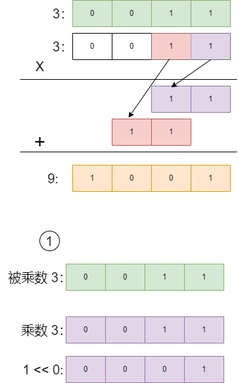
Earlier version of the draw.io export algrithem/二进制实现加减乘除.drawio.png (muxicode/c153080686). Source tidied: cells renumbered, new cells last; positions are measured from the earlier drawing's top-left corner, leaving out a move shared by most shapes.
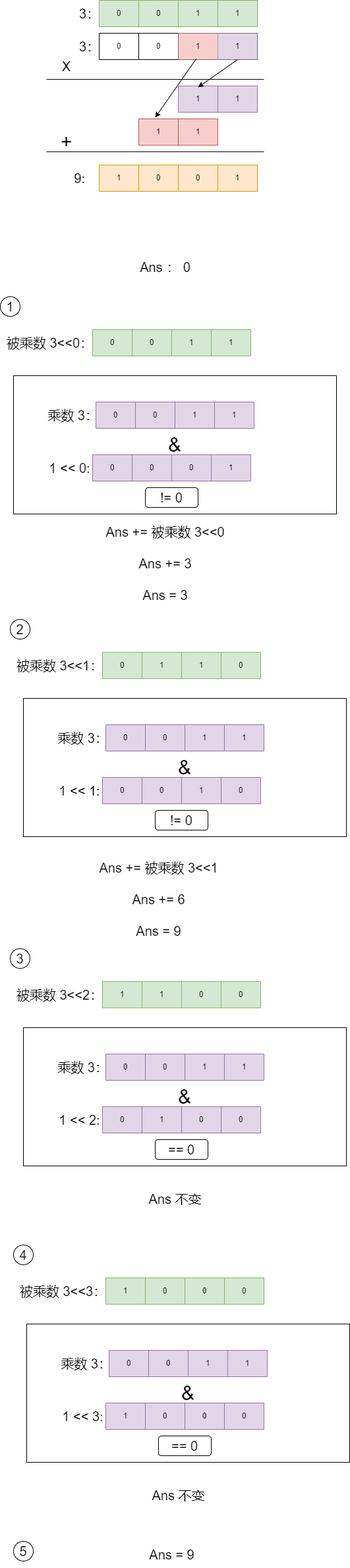
Later version of the same file.

Commit message:
更新二进制实现加减乘除.drawio.png

The edit, as a diff of the source:
```diff
@@ -4,2 +4,5 @@
     <mxCell id="1" parent="0" />
+    <mxCell id="59" value="&lt;font style=&quot;font-size: 30px;&quot;&gt;&amp;amp;&lt;/font&gt;" style="rounded=0;whiteSpace=wrap;html=1;" parent="1" vertex="1">
+      <mxGeometry x="-20" y="570" width="490" height="210" as="geometry" />
+    </mxCell>
     <mxCell id="2" style="shape=table;startSize=0;fillColor=#d5e8d4;strokeColor=#82b366;" parent="1" vertex="1">
@@ -116,3 +119,3 @@
     <mxCell id="37" style="shape=table;startSize=0;fillColor=#d5e8d4;strokeColor=#82b366;" parent="1" vertex="1">
-      <mxGeometry x="100" y="400" width="240" height="40" as="geometry" />
+      <mxGeometry x="100" y="500" width="240" height="40" as="geometry" />
     </mxCell>
@@ -133,13 +136,13 @@
     </mxCell>
-    <mxCell id="43" value="&lt;font style=&quot;font-size: 20px;&quot;&gt;被乘数 3：&lt;/font&gt;" style="text;html=1;align=center;verticalAlign=middle;strokeColor=none;fillColor=none;" parent="1" vertex="1">
-      <mxGeometry y="400" width="120" height="40" as="geometry" />
+    <mxCell id="43" value="&lt;font style=&quot;font-size: 20px;&quot;&gt;被乘数 3&amp;lt;&amp;lt;0：&lt;/font&gt;" style="text;html=1;align=center;verticalAlign=middle;strokeColor=none;fillColor=none;" parent="1" vertex="1">
+      <mxGeometry x="-40" y="500" width="150" height="40" as="geometry" />
     </mxCell>
     <mxCell id="44" value="&lt;font style=&quot;font-size: 20px;&quot;&gt;乘数 3：&lt;/font&gt;" style="text;html=1;align=center;verticalAlign=middle;strokeColor=none;fillColor=none;" parent="1" vertex="1">
-      <mxGeometry x="20" y="480" width="100" height="40" as="geometry" />
+      <mxGeometry x="20" y="610" width="100" height="40" as="geometry" />
     </mxCell>
     <mxCell id="45" value="&lt;font style=&quot;font-size: 20px;&quot;&gt;1&lt;/font&gt;" style="ellipse;whiteSpace=wrap;html=1;" parent="1" vertex="1">
-      <mxGeometry x="60" y="350" width="30" height="30" as="geometry" />
+      <mxGeometry x="-40" y="450" width="30" height="30" as="geometry" />
     </mxCell>
     <mxCell id="46" style="shape=table;startSize=0;fillColor=#e1d5e7;strokeColor=#9673a6;" parent="1" vertex="1">
-      <mxGeometry x="100" y="480" width="240" height="40" as="geometry" />
+      <mxGeometry x="105" y="610" width="240" height="40" as="geometry" />
     </mxCell>
@@ -161,3 +164,3 @@
     <mxCell id="52" style="shape=table;startSize=0;fillColor=#e1d5e7;strokeColor=#9673a6;" parent="1" vertex="1">
-      <mxGeometry x="100" y="540" width="240" height="40" as="geometry" />
+      <mxGeometry x="100" y="690" width="240" height="40" as="geometry" />
     </mxCell>
@@ -179,4 +182,244 @@
     <mxCell id="58" value="&lt;font style=&quot;font-size: 20px;&quot;&gt;1 &amp;lt;&amp;lt; 0:&lt;/font&gt;" style="text;html=1;align=center;verticalAlign=middle;strokeColor=none;fillColor=none;" parent="1" vertex="1">
-      <mxGeometry x="20" y="540" width="90" height="40" as="geometry" />
+      <mxGeometry x="20" y="690" width="90" height="40" as="geometry" />
     </mxCell>
+    <mxCell id="60" value="&lt;font style=&quot;font-size: 20px;&quot;&gt;Ans ： 0&lt;/font&gt;" style="text;html=1;align=center;verticalAlign=middle;strokeColor=none;fillColor=none;" parent="1" vertex="1">
+      <mxGeometry x="160" y="385" width="100" height="40" as="geometry" />
+    </mxCell>
+    <mxCell id="61" value="&lt;font style=&quot;font-size: 20px;&quot;&gt;!= 0&lt;/font&gt;" style="rounded=1;whiteSpace=wrap;html=1;" parent="1" vertex="1">
+      <mxGeometry x="180" y="740" width="80" height="30" as="geometry" />
+    </mxCell>
+    <mxCell id="62" value="&lt;font style=&quot;font-size: 20px;&quot;&gt;Ans += 被乘数 3&amp;lt;&amp;lt;0&lt;br&gt;&lt;br&gt;Ans += 3&lt;br&gt;&lt;br&gt;Ans = 3&lt;br&gt;&lt;/font&gt;" style="text;html=1;align=center;verticalAlign=middle;strokeColor=none;fillColor=none;" parent="1" vertex="1">
+      <mxGeometry x="110" y="790" width="200" height="130" as="geometry" />
+    </mxCell>
+    <mxCell id="63" value="&lt;font style=&quot;font-size: 30px;&quot;&gt;&amp;amp;&lt;/font&gt;" style="rounded=0;whiteSpace=wrap;html=1;" parent="1" vertex="1">
+      <mxGeometry x="-5" y="1060" width="490" height="210" as="geometry" />
+    </mxCell>
+    <mxCell id="64" style="shape=table;startSize=0;fillColor=#d5e8d4;strokeColor=#82b366;" parent="1" vertex="1">
+      <mxGeometry x="115" y="990" width="240" height="40" as="geometry" />
+    </mxCell>
+    <mxCell id="65" style="shape=tableRow;horizontal=0;startSize=0;swimlaneHead=0;swimlaneBody=0;strokeColor=inherit;top=0;left=0;bottom=0;right=0;fillColor=none;" parent="64" vertex="1">
+      <mxGeometry width="240" height="40" as="geometry" />
+    </mxCell>
+    <mxCell id="66" value="0" style="shape=partialRectangle;html=1;whiteSpace=wrap;strokeColor=inherit;overflow=hidden;fillColor=none;top=0;left=0;bottom=0;right=0;" parent="65" vertex="1">
+      <mxGeometry width="60" height="40" as="geometry" />
+    </mxCell>
+    <mxCell id="67" value="1" style="shape=partialRectangle;html=1;whiteSpace=wrap;strokeColor=inherit;overflow=hidden;fillColor=none;top=0;left=0;bottom=0;right=0;" parent="65" vertex="1">
+      <mxGeometry x="60" width="60" height="40" as="geometry" />
+    </mxCell>
+    <mxCell id="68" value="1" style="shape=partialRectangle;html=1;whiteSpace=wrap;strokeColor=inherit;overflow=hidden;fillColor=none;top=0;left=0;bottom=0;right=0;" parent="65" vertex="1">
+      <mxGeometry x="120" width="60" height="40" as="geometry" />
+    </mxCell>
+    <mxCell id="69" value="0" style="shape=partialRectangle;html=1;whiteSpace=wrap;strokeColor=inherit;overflow=hidden;fillColor=none;top=0;left=0;bottom=0;right=0;" parent="65" vertex="1">
+      <mxGeometry x="180" width="60" height="40" as="geometry" />
+    </mxCell>
+    <mxCell id="70" value="&lt;font style=&quot;font-size: 20px;&quot;&gt;被乘数 3&amp;lt;&amp;lt;1：&lt;/font&gt;" style="text;html=1;align=center;verticalAlign=middle;strokeColor=none;fillColor=none;" parent="1" vertex="1">
+      <mxGeometry x="-25" y="990" width="150" height="40" as="geometry" />
+    </mxCell>
+    <mxCell id="71" value="&lt;font style=&quot;font-size: 20px;&quot;&gt;乘数 3：&lt;/font&gt;" style="text;html=1;align=center;verticalAlign=middle;strokeColor=none;fillColor=none;" parent="1" vertex="1">
+      <mxGeometry x="35" y="1100" width="100" height="40" as="geometry" />
+    </mxCell>
+    <mxCell id="72" value="&lt;font style=&quot;font-size: 20px;&quot;&gt;2&lt;/font&gt;" style="ellipse;whiteSpace=wrap;html=1;" parent="1" vertex="1">
+      <mxGeometry x="-25" y="940" width="30" height="30" as="geometry" />
+    </mxCell>
+    <mxCell id="73" style="shape=table;startSize=0;fillColor=#e1d5e7;strokeColor=#9673a6;" parent="1" vertex="1">
+      <mxGeometry x="120" y="1100" width="240" height="40" as="geometry" />
+    </mxCell>
+    <mxCell id="74" style="shape=tableRow;horizontal=0;startSize=0;swimlaneHead=0;swimlaneBody=0;strokeColor=inherit;top=0;left=0;bottom=0;right=0;fillColor=none;" parent="73" vertex="1">
+      <mxGeometry width="240" height="40" as="geometry" />
+    </mxCell>
+    <mxCell id="75" value="0" style="shape=partialRectangle;html=1;whiteSpace=wrap;strokeColor=inherit;overflow=hidden;fillColor=none;top=0;left=0;bottom=0;right=0;" parent="74" vertex="1">
+      <mxGeometry width="60" height="40" as="geometry" />
+    </mxCell>
+    <mxCell id="76" value="0" style="shape=partialRectangle;html=1;whiteSpace=wrap;strokeColor=inherit;overflow=hidden;fillColor=none;top=0;left=0;bottom=0;right=0;" parent="74" vertex="1">
+      <mxGeometry x="60" width="60" height="40" as="geometry" />
+    </mxCell>
+    <mxCell id="77" value="1" style="shape=partialRectangle;html=1;whiteSpace=wrap;strokeColor=inherit;overflow=hidden;fillColor=none;top=0;left=0;bottom=0;right=0;" parent="74" vertex="1">
+      <mxGeometry x="120" width="60" height="40" as="geometry" />
+    </mxCell>
+    <mxCell id="78" value="1" style="shape=partialRectangle;html=1;whiteSpace=wrap;strokeColor=inherit;overflow=hidden;fillColor=none;top=0;left=0;bottom=0;right=0;" parent="74" vertex="1">
+      <mxGeometry x="180" width="60" height="40" as="geometry" />
+    </mxCell>
+    <mxCell id="79" style="shape=table;startSize=0;fillColor=#e1d5e7;strokeColor=#9673a6;" parent="1" vertex="1">
+      <mxGeometry x="115" y="1180" width="240" height="40" as="geometry" />
+    </mxCell>
+    <mxCell id="80" style="shape=tableRow;horizontal=0;startSize=0;swimlaneHead=0;swimlaneBody=0;strokeColor=inherit;top=0;left=0;bottom=0;right=0;fillColor=none;" parent="79" vertex="1">
+      <mxGeometry width="240" height="40" as="geometry" />
+    </mxCell>
+    <mxCell id="81" value="0" style="shape=partialRectangle;html=1;whiteSpace=wrap;strokeColor=inherit;overflow=hidden;fillColor=none;top=0;left=0;bottom=0;right=0;" parent="80" vertex="1">
+      <mxGeometry width="60" height="40" as="geometry" />
+    </mxCell>
+    <mxCell id="82" value="0" style="shape=partialRectangle;html=1;whiteSpace=wrap;strokeColor=inherit;overflow=hidden;fillColor=none;top=0;left=0;bottom=0;right=0;" parent="80" vertex="1">
+      <mxGeometry x="60" width="60" height="40" as="geometry" />
+    </mxCell>
+    <mxCell id="83" value="1" style="shape=partialRectangle;html=1;whiteSpace=wrap;strokeColor=inherit;overflow=hidden;fillColor=none;top=0;left=0;bottom=0;right=0;" parent="80" vertex="1">
+      <mxGeometry x="120" width="60" height="40" as="geometry" />
+    </mxCell>
+    <mxCell id="84" value="0" style="shape=partialRectangle;html=1;whiteSpace=wrap;strokeColor=inherit;overflow=hidden;fillColor=none;top=0;left=0;bottom=0;right=0;" parent="80" vertex="1">
+      <mxGeometry x="180" width="60" height="40" as="geometry" />
+    </mxCell>
+    <mxCell id="85" value="&lt;font style=&quot;font-size: 20px;&quot;&gt;1 &amp;lt;&amp;lt; 1:&lt;/font&gt;" style="text;html=1;align=center;verticalAlign=middle;strokeColor=none;fillColor=none;" parent="1" vertex="1">
+      <mxGeometry x="35" y="1180" width="90" height="40" as="geometry" />
+    </mxCell>
+    <mxCell id="86" value="&lt;font style=&quot;font-size: 20px;&quot;&gt;!= 0&lt;/font&gt;" style="rounded=1;whiteSpace=wrap;html=1;" parent="1" vertex="1">
+      <mxGeometry x="195" y="1230" width="80" height="30" as="geometry" />
+    </mxCell>
+    <mxCell id="87" value="&lt;font style=&quot;font-size: 20px;&quot;&gt;Ans += 被乘数 3&amp;lt;&amp;lt;1&lt;br&gt;&lt;br&gt;Ans += 6&lt;br&gt;&lt;br&gt;Ans = 9&lt;br&gt;&lt;/font&gt;" style="text;html=1;align=center;verticalAlign=middle;strokeColor=none;fillColor=none;" parent="1" vertex="1">
+      <mxGeometry x="100" y="1300" width="200" height="130" as="geometry" />
+    </mxCell>
+    <mxCell id="88" value="&lt;font style=&quot;font-size: 30px;&quot;&gt;&amp;amp;&lt;/font&gt;" style="rounded=0;whiteSpace=wrap;html=1;" parent="1" vertex="1">
+      <mxGeometry x="-5" y="1560" width="490" height="210" as="geometry" />
+    </mxCell>
+    <mxCell id="89" style="shape=table;startSize=0;fillColor=#d5e8d4;strokeColor=#82b366;" parent="1" vertex="1">
+      <mxGeometry x="115" y="1490" width="240" height="40" as="geometry" />
+    </mxCell>
+    <mxCell id="90" style="shape=tableRow;horizontal=0;startSize=0;swimlaneHead=0;swimlaneBody=0;strokeColor=inherit;top=0;left=0;bottom=0;right=0;fillColor=none;" parent="89" vertex="1">
+      <mxGeometry width="240" height="40" as="geometry" />
+    </mxCell>
+    <mxCell id="91" value="1" style="shape=partialRectangle;html=1;whiteSpace=wrap;strokeColor=inherit;overflow=hidden;fillColor=none;top=0;left=0;bottom=0;right=0;" parent="90" vertex="1">
+      <mxGeometry width="60" height="40" as="geometry" />
+    </mxCell>
+    <mxCell id="92" value="1" style="shape=partialRectangle;html=1;whiteSpace=wrap;strokeColor=inherit;overflow=hidden;fillColor=none;top=0;left=0;bottom=0;right=0;" parent="90" vertex="1">
+      <mxGeometry x="60" width="60" height="40" as="geometry" />
+    </mxCell>
+    <mxCell id="93" value="0" style="shape=partialRectangle;html=1;whiteSpace=wrap;strokeColor=inherit;overflow=hidden;fillColor=none;top=0;left=0;bottom=0;right=0;" parent="90" vertex="1">
+      <mxGeometry x="120" width="60" height="40" as="geometry" />
+    </mxCell>
+    <mxCell id="94" value="0" style="shape=partialRectangle;html=1;whiteSpace=wrap;strokeColor=inherit;overflow=hidden;fillColor=none;top=0;left=0;bottom=0;right=0;" parent="90" vertex="1">
+      <mxGeometry x="180" width="60" height="40" as="geometry" />
+    </mxCell>
+    <mxCell id="95" value="&lt;font style=&quot;font-size: 20px;&quot;&gt;被乘数 3&amp;lt;&amp;lt;2：&lt;/font&gt;" style="text;html=1;align=center;verticalAlign=middle;strokeColor=none;fillColor=none;" parent="1" vertex="1">
+      <mxGeometry x="-25" y="1490" width="150" height="40" as="geometry" />
+    </mxCell>
+    <mxCell id="96" value="&lt;font style=&quot;font-size: 20px;&quot;&gt;乘数 3：&lt;/font&gt;" style="text;html=1;align=center;verticalAlign=middle;strokeColor=none;fillColor=none;" parent="1" vertex="1">
+      <mxGeometry x="35" y="1600" width="100" height="40" as="geometry" />
+    </mxCell>
+    <mxCell id="97" value="&lt;font style=&quot;font-size: 20px;&quot;&gt;3&lt;/font&gt;" style="ellipse;whiteSpace=wrap;html=1;" parent="1" vertex="1">
+      <mxGeometry x="-25" y="1440" width="30" height="30" as="geometry" />
+    </mxCell>
+    <mxCell id="98" style="shape=table;startSize=0;fillColor=#e1d5e7;strokeColor=#9673a6;" parent="1" vertex="1">
+      <mxGeometry x="120" y="1600" width="240" height="40" as="geometry" />
+    </mxCell>
+    <mxCell id="99" style="shape=tableRow;horizontal=0;startSize=0;swimlaneHead=0;swimlaneBody=0;strokeColor=inherit;top=0;left=0;bottom=0;right=0;fillColor=none;" parent="98" vertex="1">
+      <mxGeometry width="240" height="40" as="geometry" />
+    </mxCell>
+    <mxCell id="100" value="0" style="shape=partialRectangle;html=1;whiteSpace=wrap;strokeColor=inherit;overflow=hidden;fillColor=none;top=0;left=0;bottom=0;right=0;" parent="99" vertex="1">
+      <mxGeometry width="60" height="40" as="geometry" />
+    </mxCell>
+    <mxCell id="101" value="0" style="shape=partialRectangle;html=1;whiteSpace=wrap;strokeColor=inherit;overflow=hidden;fillColor=none;top=0;left=0;bottom=0;right=0;" parent="99" vertex="1">
+      <mxGeometry x="60" width="60" height="40" as="geometry" />
+    </mxCell>
+    <mxCell id="102" value="1" style="shape=partialRectangle;html=1;whiteSpace=wrap;strokeColor=inherit;overflow=hidden;fillColor=none;top=0;left=0;bottom=0;right=0;" parent="99" vertex="1">
+      <mxGeometry x="120" width="60" height="40" as="geometry" />
+    </mxCell>
+    <mxCell id="103" value="1" style="shape=partialRectangle;html=1;whiteSpace=wrap;strokeColor=inherit;overflow=hidden;fillColor=none;top=0;left=0;bottom=0;right=0;" parent="99" vertex="1">
+      <mxGeometry x="180" width="60" height="40" as="geometry" />
+    </mxCell>
+    <mxCell id="104" style="shape=table;startSize=0;fillColor=#e1d5e7;strokeColor=#9673a6;" parent="1" vertex="1">
+      <mxGeometry x="115" y="1680" width="240" height="40" as="geometry" />
+    </mxCell>
+    <mxCell id="105" style="shape=tableRow;horizontal=0;startSize=0;swimlaneHead=0;swimlaneBody=0;strokeColor=inherit;top=0;left=0;bottom=0;right=0;fillColor=none;" parent="104" vertex="1">
+      <mxGeometry width="240" height="40" as="geometry" />
+    </mxCell>
+    <mxCell id="106" value="0" style="shape=partialRectangle;html=1;whiteSpace=wrap;strokeColor=inherit;overflow=hidden;fillColor=none;top=0;left=0;bottom=0;right=0;" parent="105" vertex="1">
+      <mxGeometry width="60" height="40" as="geometry" />
+    </mxCell>
+    <mxCell id="107" value="1" style="shape=partialRectangle;html=1;whiteSpace=wrap;strokeColor=inherit;overflow=hidden;fillColor=none;top=0;left=0;bottom=0;right=0;" parent="105" vertex="1">
+      <mxGeometry x="60" width="60" height="40" as="geometry" />
+    </mxCell>
+    <mxCell id="108" value="0" style="shape=partialRectangle;html=1;whiteSpace=wrap;strokeColor=inherit;overflow=hidden;fillColor=none;top=0;left=0;bottom=0;right=0;" parent="105" vertex="1">
+      <mxGeometry x="120" width="60" height="40" as="geometry" />
+    </mxCell>
+    <mxCell id="109" value="0" style="shape=partialRectangle;html=1;whiteSpace=wrap;strokeColor=inherit;overflow=hidden;fillColor=none;top=0;left=0;bottom=0;right=0;" parent="105" vertex="1">
+      <mxGeometry x="180" width="60" height="40" as="geometry" />
+    </mxCell>
+    <mxCell id="110" value="&lt;font style=&quot;font-size: 20px;&quot;&gt;1 &amp;lt;&amp;lt; 2:&lt;/font&gt;" style="text;html=1;align=center;verticalAlign=middle;strokeColor=none;fillColor=none;" parent="1" vertex="1">
+      <mxGeometry x="35" y="1680" width="90" height="40" as="geometry" />
+    </mxCell>
+    <mxCell id="111" value="&lt;font style=&quot;font-size: 20px;&quot;&gt;== 0&lt;/font&gt;" style="rounded=1;whiteSpace=wrap;html=1;" parent="1" vertex="1">
+      <mxGeometry x="195" y="1730" width="80" height="30" as="geometry" />
+    </mxCell>
+    <mxCell id="112" value="&lt;font style=&quot;font-size: 20px;&quot;&gt;Ans 不变&lt;br&gt;&lt;/font&gt;" style="text;html=1;align=center;verticalAlign=middle;strokeColor=none;fillColor=none;" parent="1" vertex="1">
+      <mxGeometry x="175" y="1800" width="100" height="40" as="geometry" />
+    </mxCell>
+    <mxCell id="113" value="&lt;font style=&quot;font-size: 30px;&quot;&gt;&amp;amp;&lt;/font&gt;" style="rounded=0;whiteSpace=wrap;html=1;" parent="1" vertex="1">
+      <mxGeometry y="2010" width="490" height="210" as="geometry" />
+    </mxCell>
+    <mxCell id="114" style="shape=table;startSize=0;fillColor=#d5e8d4;strokeColor=#82b366;" parent="1" vertex="1">
+      <mxGeometry x="120" y="1940" width="240" height="40" as="geometry" />
+    </mxCell>
+    <mxCell id="115" style="shape=tableRow;horizontal=0;startSize=0;swimlaneHead=0;swimlaneBody=0;strokeColor=inherit;top=0;left=0;bottom=0;right=0;fillColor=none;" parent="114" vertex="1">
+      <mxGeometry width="240" height="40" as="geometry" />
+    </mxCell>
+    <mxCell id="116" value="1" style="shape=partialRectangle;html=1;whiteSpace=wrap;strokeColor=inherit;overflow=hidden;fillColor=none;top=0;left=0;bottom=0;right=0;" parent="115" vertex="1">
+      <mxGeometry width="60" height="40" as="geometry" />
+    </mxCell>
+    <mxCell id="117" value="0" style="shape=partialRectangle;html=1;whiteSpace=wrap;strokeColor=inherit;overflow=hidden;fillColor=none;top=0;left=0;bottom=0;right=0;" parent="115" vertex="1">
+      <mxGeometry x="60" width="60" height="40" as="geometry" />
+    </mxCell>
+    <mxCell id="118" value="0" style="shape=partialRectangle;html=1;whiteSpace=wrap;strokeColor=inherit;overflow=hidden;fillColor=none;top=0;left=0;bottom=0;right=0;" parent="115" vertex="1">
+      <mxGeometry x="120" width="60" height="40" as="geometry" />
+    </mxCell>
+    <mxCell id="119" value="0" style="shape=partialRectangle;html=1;whiteSpace=wrap;strokeColor=inherit;overflow=hidden;fillColor=none;top=0;left=0;bottom=0;right=0;" parent="115" vertex="1">
+      <mxGeometry x="180" width="60" height="40" as="geometry" />
+    </mxCell>
+    <mxCell id="120" value="&lt;font style=&quot;font-size: 20px;&quot;&gt;被乘数 3&amp;lt;&amp;lt;3：&lt;/font&gt;" style="text;html=1;align=center;verticalAlign=middle;strokeColor=none;fillColor=none;" parent="1" vertex="1">
+      <mxGeometry x="-20" y="1940" width="150" height="40" as="geometry" />
+    </mxCell>
+    <mxCell id="121" value="&lt;font style=&quot;font-size: 20px;&quot;&gt;乘数 3：&lt;/font&gt;" style="text;html=1;align=center;verticalAlign=middle;strokeColor=none;fillColor=none;" parent="1" vertex="1">
+      <mxGeometry x="40" y="2050" width="100" height="40" as="geometry" />
+    </mxCell>
+    <mxCell id="122" value="&lt;font style=&quot;font-size: 20px;&quot;&gt;4&lt;/font&gt;" style="ellipse;whiteSpace=wrap;html=1;" parent="1" vertex="1">
+      <mxGeometry x="-20" y="1890" width="30" height="30" as="geometry" />
+    </mxCell>
+    <mxCell id="123" style="shape=table;startSize=0;fillColor=#e1d5e7;strokeColor=#9673a6;" parent="1" vertex="1">
+      <mxGeometry x="125" y="2050" width="240" height="40" as="geometry" />
+    </mxCell>
+    <mxCell id="124" style="shape=tableRow;horizontal=0;startSize=0;swimlaneHead=0;swimlaneBody=0;strokeColor=inherit;top=0;left=0;bottom=0;right=0;fillColor=none;" parent="123" vertex="1">
+      <mxGeometry width="240" height="40" as="geometry" />
+    </mxCell>
+    <mxCell id="125" value="0" style="shape=partialRectangle;html=1;whiteSpace=wrap;strokeColor=inherit;overflow=hidden;fillColor=none;top=0;left=0;bottom=0;right=0;" parent="124" vertex="1">
+      <mxGeometry width="60" height="40" as="geometry" />
+    </mxCell>
+    <mxCell id="126" value="0" style="shape=partialRectangle;html=1;whiteSpace=wrap;strokeColor=inherit;overflow=hidden;fillColor=none;top=0;left=0;bottom=0;right=0;" parent="124" vertex="1">
+      <mxGeometry x="60" width="60" height="40" as="geometry" />
+    </mxCell>
+    <mxCell id="127" value="1" style="shape=partialRectangle;html=1;whiteSpace=wrap;strokeColor=inherit;overflow=hidden;fillColor=none;top=0;left=0;bottom=0;right=0;" parent="124" vertex="1">
+      <mxGeometry x="120" width="60" height="40" as="geometry" />
+    </mxCell>
+    <mxCell id="128" value="1" style="shape=partialRectangle;html=1;whiteSpace=wrap;strokeColor=inherit;overflow=hidden;fillColor=none;top=0;left=0;bottom=0;right=0;" parent="124" vertex="1">
+      <mxGeometry x="180" width="60" height="40" as="geometry" />
+    </mxCell>
+    <mxCell id="129" style="shape=table;startSize=0;fillColor=#e1d5e7;strokeColor=#9673a6;" parent="1" vertex="1">
+      <mxGeometry x="120" y="2130" width="240" height="40" as="geometry" />
+    </mxCell>
+    <mxCell id="130" style="shape=tableRow;horizontal=0;startSize=0;swimlaneHead=0;swimlaneBody=0;strokeColor=inherit;top=0;left=0;bottom=0;right=0;fillColor=none;" parent="129" vertex="1">
+      <mxGeometry width="240" height="40" as="geometry" />
+    </mxCell>
+    <mxCell id="131" value="1" style="shape=partialRectangle;html=1;whiteSpace=wrap;strokeColor=inherit;overflow=hidden;fillColor=none;top=0;left=0;bottom=0;right=0;" parent="130" vertex="1">
+      <mxGeometry width="60" height="40" as="geometry" />
+    </mxCell>
+    <mxCell id="132" value="0" style="shape=partialRectangle;html=1;whiteSpace=wrap;strokeColor=inherit;overflow=hidden;fillColor=none;top=0;left=0;bottom=0;right=0;" parent="130" vertex="1">
+      <mxGeometry x="60" width="60" height="40" as="geometry" />
+    </mxCell>
+    <mxCell id="133" value="0" style="shape=partialRectangle;html=1;whiteSpace=wrap;strokeColor=inherit;overflow=hidden;fillColor=none;top=0;left=0;bottom=0;right=0;" parent="130" vertex="1">
+      <mxGeometry x="120" width="60" height="40" as="geometry" />
+    </mxCell>
+    <mxCell id="134" value="0" style="shape=partialRectangle;html=1;whiteSpace=wrap;strokeColor=inherit;overflow=hidden;fillColor=none;top=0;left=0;bottom=0;right=0;" parent="130" vertex="1">
+      <mxGeometry x="180" width="60" height="40" as="geometry" />
+    </mxCell>
+    <mxCell id="135" value="&lt;font style=&quot;font-size: 20px;&quot;&gt;1 &amp;lt;&amp;lt; 3:&lt;/font&gt;" style="text;html=1;align=center;verticalAlign=middle;strokeColor=none;fillColor=none;" parent="1" vertex="1">
+      <mxGeometry x="40" y="2130" width="90" height="40" as="geometry" />
+    </mxCell>
+    <mxCell id="136" value="&lt;font style=&quot;font-size: 20px;&quot;&gt;== 0&lt;/font&gt;" style="rounded=1;whiteSpace=wrap;html=1;" parent="1" vertex="1">
+      <mxGeometry x="200" y="2180" width="80" height="30" as="geometry" />
+    </mxCell>
+    <mxCell id="137" value="&lt;font style=&quot;font-size: 20px;&quot;&gt;Ans 不变&lt;br&gt;&lt;/font&gt;" style="text;html=1;align=center;verticalAlign=middle;strokeColor=none;fillColor=none;" parent="1" vertex="1">
+      <mxGeometry x="180" y="2250" width="100" height="40" as="geometry" />
+    </mxCell>
+    <mxCell id="138" value="&lt;font style=&quot;font-size: 20px;&quot;&gt;5&lt;/font&gt;" style="ellipse;whiteSpace=wrap;html=1;" parent="1" vertex="1">
+      <mxGeometry x="-20" y="2340" width="30" height="30" as="geometry" />
+    </mxCell>
+    <mxCell id="139" value="&lt;font style=&quot;font-size: 20px;&quot;&gt;Ans = 9&lt;br&gt;&lt;/font&gt;" style="text;html=1;align=center;verticalAlign=middle;strokeColor=none;fillColor=none;" parent="1" vertex="1">
+      <mxGeometry x="175" y="2340" width="90" height="40" as="geometry" />
+    </mxCell>
   </root>
```
